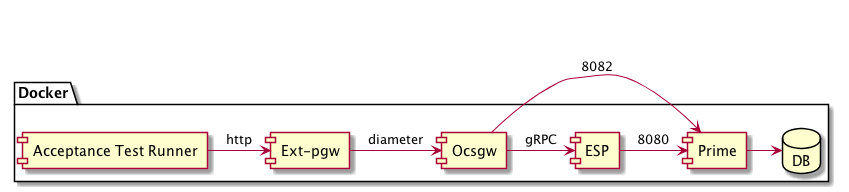
Before: docs/test-deployment/deployment.png, a diagram exported from PlantUML (ostelco/ostelco-core).
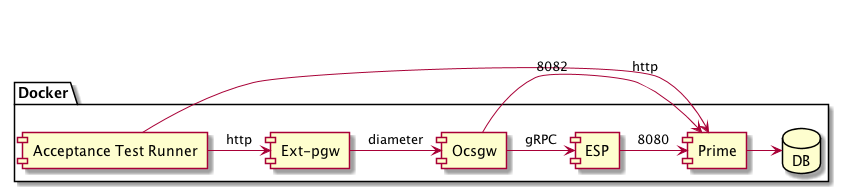
After the change.

Diff of the diagram source:
```diff
@@ -9,6 +9,7 @@
 }
 
 [Acceptance Test Runner] -> [Ext-pgw] : http
+[Acceptance Test Runner] -> [Prime] : http
 [Ext-pgw] -> [Ocsgw] : diameter
 [Ocsgw] -> [ESP] : gRPC
 [Ocsgw] -> [Prime] : 8082
```
